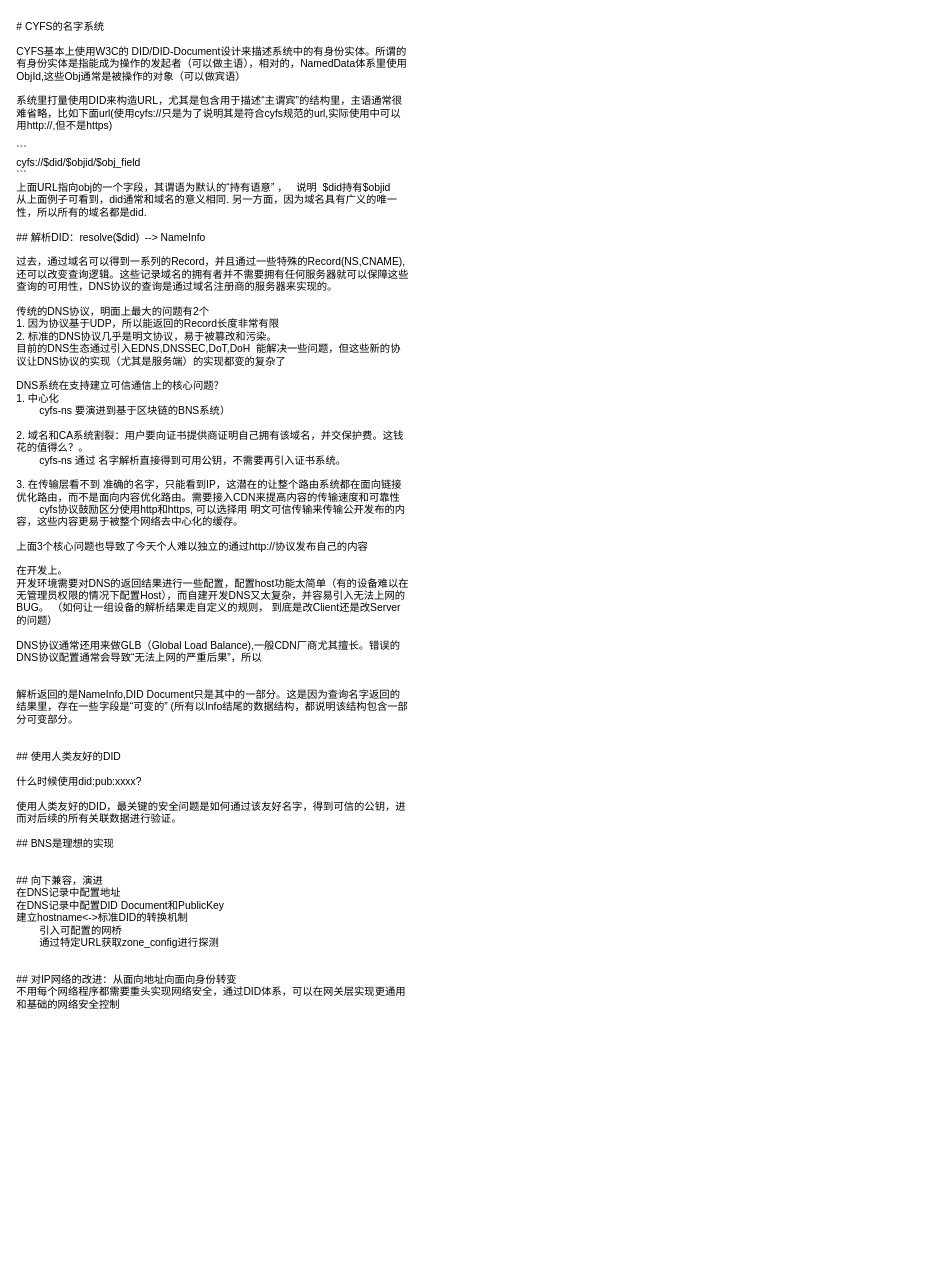
Above: page "简介" (1 of 3) of doc/did.drawio in buckyos/buckyos (draw.io), before the change. Source tidied: cells renumbered, new cells numbered last; positions are measured from the earlier drawing's top-left corner, leaving out a move shared by most shapes. Both pictures are drawn from the tidied source at 86%, with x=0, y=0 at pixel (15, 15).
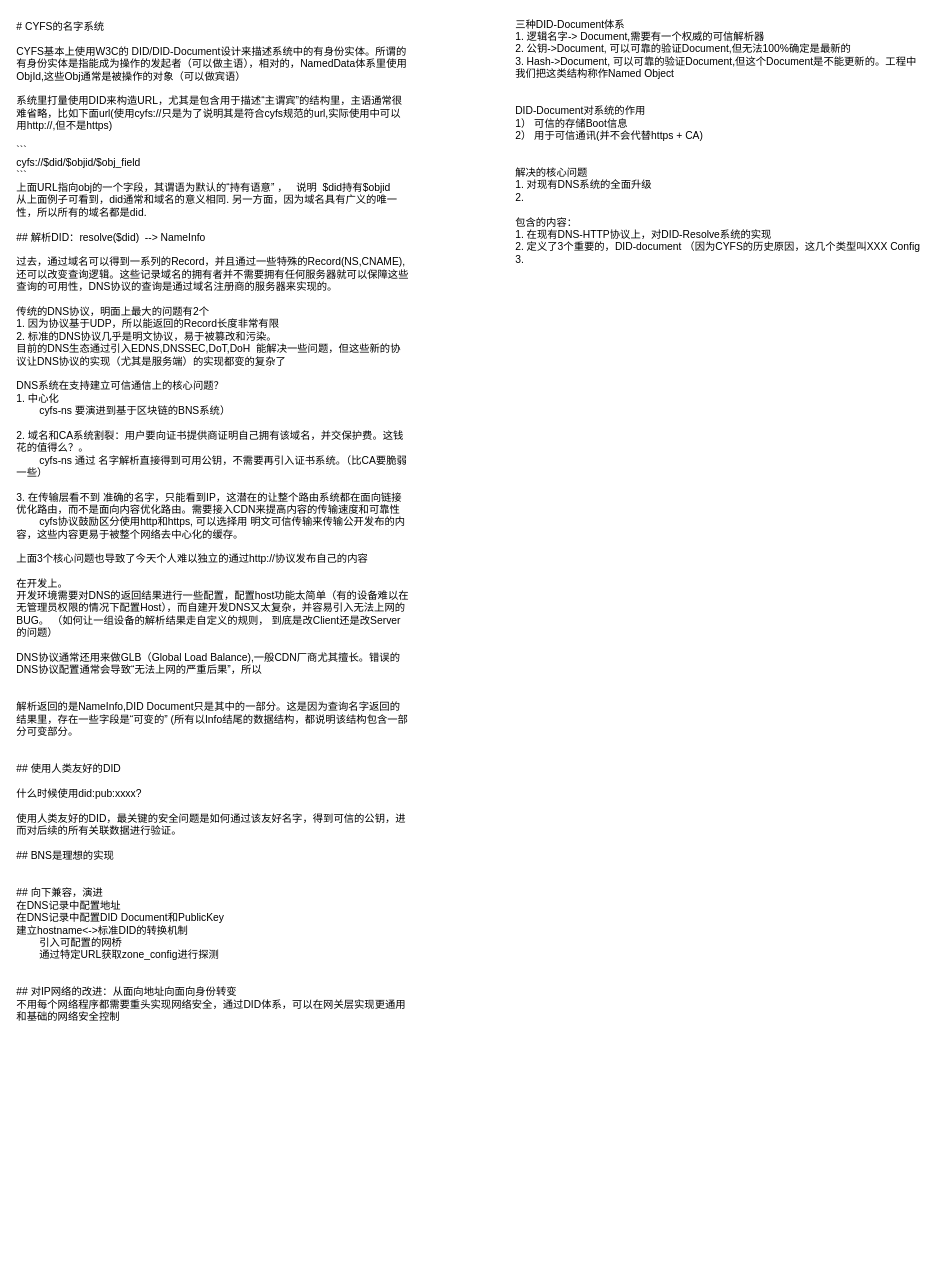
The same diagram, later.

Diff of the diagram source:
````diff
@@
 <mxGraphModel>
   <root>
     <mxCell id="0" />
     <mxCell id="1" parent="0" />
-    <mxCell id="2" value="# CYFS的名字系统&lt;div&gt;&lt;br&gt;&lt;/div&gt;&lt;div&gt;&lt;span style=&quot;background-color: transparent; color: light-dark(rgb(0, 0, 0), rgb(255, 255, 255));&quot;&gt;CYFS基本上使用W3C的 DID/DID-Document设计来描述系统中的有身份实体。所谓的有身份实体是指能成为操作的发起者（可以做主语），相对的，NamedData体系里使用ObjId,这些Obj通常是被操作的对象（可以做宾语）&lt;/span&gt;&lt;br&gt;&lt;/div&gt;&lt;div&gt;&lt;br&gt;&lt;/div&gt;&lt;div&gt;系统里打量使用DID来构造URL，尤其是包含用于描述“主谓宾”的结构里，主语通常很难省略，比如下面url(使用cyfs://只是为了说明其是符合cyfs规范的url,实际使用中可以用http://,但不是https)&lt;/div&gt;&lt;div&gt;&lt;br&gt;&lt;/div&gt;&lt;div&gt;```&lt;/div&gt;&lt;div&gt;cyfs://$did/$objid/$obj_field&amp;nbsp; &amp;nbsp;&lt;/div&gt;&lt;div&gt;```&lt;/div&gt;&lt;div&gt;上面URL指向obj的一个字段，其谓语为默认的“持有语意” ，&amp;nbsp; &amp;nbsp;说明&amp;nbsp; $did持有$objid&lt;/div&gt;&lt;div&gt;从上面例子可看到，did通常和域名的意义相同. 另一方面，因为域名具有广义的唯一性，所以所有的域名都是did.&lt;/div&gt;&lt;div&gt;&lt;br&gt;&lt;/div&gt;&lt;div&gt;## 解析DID：resolve($did)&amp;nbsp; --&amp;gt; NameInfo&lt;/div&gt;&lt;div&gt;&lt;br&gt;&lt;/div&gt;&lt;div&gt;过去，通过域名可以得到一系列的Record，并且通过一些特殊的Record(NS,CNAME),还可以改变查询逻辑。这些记录域名的拥有者并不需要拥有任何服务器就可以保障这些查询的可用性，DNS协议的查询是通过域名注册商的服务器来实现的。&lt;/div&gt;&lt;div&gt;&lt;br&gt;&lt;/div&gt;&lt;div&gt;传统的DNS协议，明面上最大的问题有2个&lt;/div&gt;&lt;div&gt;1. 因为协议基于UDP，所以能返回的Record长度非常有限&lt;/div&gt;&lt;div&gt;2. 标准的DNS协议几乎是明文协议，易于被篡改和污染。&amp;nbsp;&lt;/div&gt;&lt;div&gt;目前的DNS生态通过引入EDNS,DNSSEC,DoT,DoH&amp;nbsp; 能解决一些问题，但这些新的协议让DNS协议的实现（尤其是服务端）的实现都变的复杂了&lt;br&gt;&lt;/div&gt;&lt;div&gt;&lt;br&gt;&lt;/div&gt;&lt;div&gt;DNS系统在支持建立可信通信上的核心问题？&lt;/div&gt;&lt;div&gt;1. 中心化&lt;/div&gt;&lt;div&gt;&lt;span style=&quot;white-space: pre;&quot;&gt;&#9;&lt;/span&gt;cyfs-ns 要演进到基于区块链的BNS系统）&lt;/div&gt;&lt;div&gt;&lt;br&gt;&lt;/div&gt;&lt;div&gt;2. 域名和CA系统割裂：用户要向证书提供商证明自己拥有该域名，并交保护费。&lt;span style=&quot;background-color: transparent; color: light-dark(rgb(0, 0, 0), rgb(255, 255, 255));&quot;&gt;这钱花的值得么？。&lt;/span&gt;&lt;/div&gt;&lt;div&gt;&amp;nbsp; &amp;nbsp; &lt;span style=&quot;white-space: pre;&quot;&gt;&#9;&lt;/span&gt;cyfs-ns 通过 名字解析直接得到可用公钥，不需要再引入证书系统。&lt;/div&gt;&lt;div&gt;&lt;br&gt;&lt;/div&gt;&lt;div&gt;3. 在传输层看不到 准确的名字，只能看到IP，这潜在的让整个路由系统都在面向链接优化路由，而不是面向内容优化路由。需要接入CDN来提高内容的传输速度和可靠性&lt;/div&gt;&lt;div&gt;&lt;span style=&quot;white-space: pre;&quot;&gt;&#9;&lt;/span&gt;cyfs协议鼓励区分使用http和https, 可以选择用 明文可信传输来传输公开发布的内容，这些内容更易于被整个网络去中心化的缓存。&amp;nbsp;&lt;br&gt;&lt;/div&gt;&lt;div&gt;&lt;br&gt;&lt;/div&gt;&lt;div&gt;上面3个核心问题也导致了今天个人难以独立的通过http://协议发布自己的内容&lt;/div&gt;&lt;div&gt;&lt;br&gt;&lt;/div&gt;&lt;div&gt;在开发上。&lt;/div&gt;&lt;div&gt;开发环境需要对DNS的返回结果进行一些配置，配置host功能太简单（有的设备难以在无管理员权限的情况下配置Host），而自建开发DNS又太复杂，并容易引入无法上网的BUG。 （如何让一组设备的解析结果走自定义的规则， 到底是改Client还是改Server的问题）&lt;/div&gt;&lt;div&gt;&lt;br&gt;&lt;/div&gt;&lt;div&gt;DNS协议通常还用来做GLB（Global Load Balance),一般CDN厂商尤其擅长。错误的DNS协议配置通常会导致“无法上网的严重后果”，所以&lt;/div&gt;&lt;div&gt;&lt;br&gt;&lt;/div&gt;&lt;div&gt;&lt;br&gt;&lt;/div&gt;&lt;div&gt;解析返回的是NameInfo,DID Document只是其中的一部分。这是因为查询名字返回的结果里，存在一些字段是“可变的” (所有以Info结尾的数据结构，都说明该结构包含一部分可变部分。&lt;/div&gt;&lt;div&gt;&lt;br&gt;&lt;/div&gt;&lt;div&gt;&lt;br&gt;&lt;/div&gt;&lt;div&gt;## 使用人类友好的DID&lt;/div&gt;&lt;div&gt;&lt;br&gt;&lt;/div&gt;&lt;div&gt;什么时候使用did:pub:xxxx?&amp;nbsp;&lt;/div&gt;&lt;div&gt;&lt;br&gt;&lt;/div&gt;&lt;div&gt;使用人类友好的DID，最关键的安全问题是如何通过该友好名字，得到可信的公钥，进而对后续的所有关联数据进行验证。&lt;/div&gt;&lt;div&gt;&lt;br&gt;&lt;/div&gt;&lt;div&gt;## BNS是理想的实现&lt;/div&gt;&lt;div&gt;&lt;br&gt;&lt;/div&gt;&lt;div&gt;&lt;br&gt;&lt;/div&gt;&lt;div&gt;## 向下兼容，演进&lt;/div&gt;&lt;div&gt;在DNS记录中配置地址&lt;/div&gt;&lt;div&gt;在DNS记录中配置DID Document和PublicKey&lt;/div&gt;&lt;div&gt;建立hostname&amp;lt;-&amp;gt;标准DID的转换机制&lt;/div&gt;&lt;div&gt;&lt;span style=&quot;white-space: pre;&quot;&gt;&#9;&lt;/span&gt;引入可配置的网桥&lt;br&gt;&lt;/div&gt;&lt;div&gt;&lt;span style=&quot;white-space: pre;&quot;&gt;&#9;&lt;/span&gt;通过特定URL获取zone_config进行探测&lt;br&gt;&lt;/div&gt;&lt;div&gt;&lt;br&gt;&lt;/div&gt;&lt;div&gt;&lt;br&gt;&lt;/div&gt;&lt;div&gt;## 对IP网络的改进：从面向地址向面向身份转变&lt;/div&gt;&lt;div&gt;不用每个网络程序都需要重头实现网络安全，通过DID体系，可以在网关层实现更通用和基础的网络安全控制&lt;/div&gt;&lt;div&gt;&lt;br&gt;&lt;/div&gt;" style="text;html=1;align=left;verticalAlign=top;whiteSpace=wrap;rounded=0;" parent="1" vertex="1">
+    <mxCell id="2" value="# CYFS的名字系统&lt;div&gt;&lt;br&gt;&lt;/div&gt;&lt;div&gt;&lt;span style=&quot;background-color: transparent; color: light-dark(rgb(0, 0, 0), rgb(255, 255, 255));&quot;&gt;CYFS基本上使用W3C的 DID/DID-Document设计来描述系统中的有身份实体。所谓的有身份实体是指能成为操作的发起者（可以做主语），相对的，NamedData体系里使用ObjId,这些Obj通常是被操作的对象（可以做宾语）&lt;/span&gt;&lt;br&gt;&lt;/div&gt;&lt;div&gt;&lt;br&gt;&lt;/div&gt;&lt;div&gt;系统里打量使用DID来构造URL，尤其是包含用于描述“主谓宾”的结构里，主语通常很难省略，比如下面url(使用cyfs://只是为了说明其是符合cyfs规范的url,实际使用中可以用http://,但不是https)&lt;/div&gt;&lt;div&gt;&lt;br&gt;&lt;/div&gt;&lt;div&gt;```&lt;/div&gt;&lt;div&gt;cyfs://$did/$objid/$obj_field&amp;nbsp; &amp;nbsp;&lt;/div&gt;&lt;div&gt;```&lt;/div&gt;&lt;div&gt;上面URL指向obj的一个字段，其谓语为默认的“持有语意” ，&amp;nbsp; &amp;nbsp;说明&amp;nbsp; $did持有$objid&lt;/div&gt;&lt;div&gt;从上面例子可看到，did通常和域名的意义相同. 另一方面，因为域名具有广义的唯一性，所以所有的域名都是did.&lt;/div&gt;&lt;div&gt;&lt;br&gt;&lt;/div&gt;&lt;div&gt;## 解析DID：resolve($did)&amp;nbsp; --&amp;gt; NameInfo&lt;/div&gt;&lt;div&gt;&lt;br&gt;&lt;/div&gt;&lt;div&gt;过去，通过域名可以得到一系列的Record，并且通过一些特殊的Record(NS,CNAME),还可以改变查询逻辑。这些记录域名的拥有者并不需要拥有任何服务器就可以保障这些查询的可用性，DNS协议的查询是通过域名注册商的服务器来实现的。&lt;/div&gt;&lt;div&gt;&lt;br&gt;&lt;/div&gt;&lt;div&gt;传统的DNS协议，明面上最大的问题有2个&lt;/div&gt;&lt;div&gt;1. 因为协议基于UDP，所以能返回的Record长度非常有限&lt;/div&gt;&lt;div&gt;2. 标准的DNS协议几乎是明文协议，易于被篡改和污染。&amp;nbsp;&lt;/div&gt;&lt;div&gt;目前的DNS生态通过引入EDNS,DNSSEC,DoT,DoH&amp;nbsp; 能解决一些问题，但这些新的协议让DNS协议的实现（尤其是服务端）的实现都变的复杂了&lt;br&gt;&lt;/div&gt;&lt;div&gt;&lt;br&gt;&lt;/div&gt;&lt;div&gt;DNS系统在支持建立可信通信上的核心问题？&lt;/div&gt;&lt;div&gt;1. 中心化&lt;/div&gt;&lt;div&gt;&lt;span style=&quot;white-space: pre;&quot;&gt;&#9;&lt;/span&gt;cyfs-ns 要演进到基于区块链的BNS系统）&lt;/div&gt;&lt;div&gt;&lt;br&gt;&lt;/div&gt;&lt;div&gt;2. 域名和CA系统割裂：用户要向证书提供商证明自己拥有该域名，并交保护费。&lt;span style=&quot;background-color: transparent; color: light-dark(rgb(0, 0, 0), rgb(255, 255, 255));&quot;&gt;这钱花的值得么？。&lt;/span&gt;&lt;/div&gt;&lt;div&gt;&amp;nbsp; &amp;nbsp; &lt;span style=&quot;white-space: pre;&quot;&gt;&#9;&lt;/span&gt;cyfs-ns 通过 名字解析直接得到可用公钥，不需要再引入证书系统。（比CA要脆弱一些）&lt;br&gt;&lt;/div&gt;&lt;div&gt;&lt;br&gt;&lt;/div&gt;&lt;div&gt;3. 在传输层看不到 准确的名字，只能看到IP，这潜在的让整个路由系统都在面向链接优化路由，而不是面向内容优化路由。需要接入CDN来提高内容的传输速度和可靠性&lt;/div&gt;&lt;div&gt;&lt;span style=&quot;white-space: pre;&quot;&gt;&#9;&lt;/span&gt;cyfs协议鼓励区分使用http和https, 可以选择用 明文可信传输来传输公开发布的内容，这些内容更易于被整个网络去中心化的缓存。&amp;nbsp;&lt;br&gt;&lt;/div&gt;&lt;div&gt;&lt;br&gt;&lt;/div&gt;&lt;div&gt;上面3个核心问题也导致了今天个人难以独立的通过http://协议发布自己的内容&lt;/div&gt;&lt;div&gt;&lt;br&gt;&lt;/div&gt;&lt;div&gt;在开发上。&lt;/div&gt;&lt;div&gt;开发环境需要对DNS的返回结果进行一些配置，配置host功能太简单（有的设备难以在无管理员权限的情况下配置Host），而自建开发DNS又太复杂，并容易引入无法上网的BUG。 （如何让一组设备的解析结果走自定义的规则， 到底是改Client还是改Server的问题）&lt;/div&gt;&lt;div&gt;&lt;br&gt;&lt;/div&gt;&lt;div&gt;DNS协议通常还用来做GLB（Global Load Balance),一般CDN厂商尤其擅长。错误的DNS协议配置通常会导致“无法上网的严重后果”，所以&lt;/div&gt;&lt;div&gt;&lt;br&gt;&lt;/div&gt;&lt;div&gt;&lt;br&gt;&lt;/div&gt;&lt;div&gt;解析返回的是NameInfo,DID Document只是其中的一部分。这是因为查询名字返回的结果里，存在一些字段是“可变的” (所有以Info结尾的数据结构，都说明该结构包含一部分可变部分。&lt;/div&gt;&lt;div&gt;&lt;br&gt;&lt;/div&gt;&lt;div&gt;&lt;br&gt;&lt;/div&gt;&lt;div&gt;## 使用人类友好的DID&lt;/div&gt;&lt;div&gt;&lt;br&gt;&lt;/div&gt;&lt;div&gt;什么时候使用did:pub:xxxx?&amp;nbsp;&lt;/div&gt;&lt;div&gt;&lt;br&gt;&lt;/div&gt;&lt;div&gt;使用人类友好的DID，最关键的安全问题是如何通过该友好名字，得到可信的公钥，进而对后续的所有关联数据进行验证。&lt;/div&gt;&lt;div&gt;&lt;br&gt;&lt;/div&gt;&lt;div&gt;## BNS是理想的实现&lt;/div&gt;&lt;div&gt;&lt;br&gt;&lt;/div&gt;&lt;div&gt;&lt;br&gt;&lt;/div&gt;&lt;div&gt;## 向下兼容，演进&lt;/div&gt;&lt;div&gt;在DNS记录中配置地址&lt;/div&gt;&lt;div&gt;在DNS记录中配置DID Document和PublicKey&lt;/div&gt;&lt;div&gt;建立hostname&amp;lt;-&amp;gt;标准DID的转换机制&lt;/div&gt;&lt;div&gt;&lt;span style=&quot;white-space: pre;&quot;&gt;&#9;&lt;/span&gt;引入可配置的网桥&lt;br&gt;&lt;/div&gt;&lt;div&gt;&lt;span style=&quot;white-space: pre;&quot;&gt;&#9;&lt;/span&gt;通过特定URL获取zone_config进行探测&lt;br&gt;&lt;/div&gt;&lt;div&gt;&lt;br&gt;&lt;/div&gt;&lt;div&gt;&lt;br&gt;&lt;/div&gt;&lt;div&gt;## 对IP网络的改进：从面向地址向面向身份转变&lt;/div&gt;&lt;div&gt;不用每个网络程序都需要重头实现网络安全，通过DID体系，可以在网关层实现更通用和基础的网络安全控制&lt;/div&gt;&lt;div&gt;&lt;br&gt;&lt;/div&gt;" style="text;html=1;align=left;verticalAlign=top;whiteSpace=wrap;rounded=0;" parent="1" vertex="1">
       <mxGeometry width="460" height="1460" as="geometry" />
     </mxCell>
+    <mxCell id="3" value="三种DID-Document体系&lt;div&gt;1. 逻辑名字-&amp;gt; Document,需要有一个权威的可信解析器&lt;/div&gt;&lt;div&gt;2. 公钥-&amp;gt;Document, 可以可靠的验证Document,但无法100%确定是最新的&lt;/div&gt;&lt;div&gt;3. Hash-&amp;gt;Document, 可以可靠的验证Document,但这个Document是不能更新的。工程中我们把这类结构称作Named Object&lt;/div&gt;&lt;div&gt;&lt;br&gt;&lt;/div&gt;&lt;div&gt;&lt;br&gt;&lt;/div&gt;&lt;div&gt;DID-Document对系统的作用&lt;/div&gt;&lt;div&gt;1） 可信的存储Boot信息&lt;/div&gt;&lt;div&gt;2） 用于可信通讯(并不会代替https + CA)&lt;/div&gt;&lt;div&gt;&lt;br&gt;&lt;/div&gt;&lt;div&gt;&lt;br&gt;&lt;/div&gt;&lt;div&gt;解决的核心问题&lt;/div&gt;&lt;div&gt;1. 对现有DNS系统的全面升级&lt;/div&gt;&lt;div&gt;2.&lt;/div&gt;&lt;div&gt;&lt;br&gt;&lt;/div&gt;&lt;div&gt;包含的内容：&lt;/div&gt;&lt;div&gt;1. 在现有DNS-HTTP协议上，对DID-Resolve系统的实现&lt;/div&gt;&lt;div&gt;2. 定义了3个重要的，DID-document （因为CYFS的历史原因，这几个类型叫XXX Config&lt;/div&gt;&lt;div&gt;3.&amp;nbsp;&lt;/div&gt;&lt;div&gt;&lt;br&gt;&lt;/div&gt;" style="text;html=1;align=left;verticalAlign=middle;whiteSpace=wrap;rounded=0;" parent="1" vertex="1">
+      <mxGeometry x="580" y="30" width="480" height="250" as="geometry" />
+    </mxCell>
   </root>
 </mxGraphModel>
````
